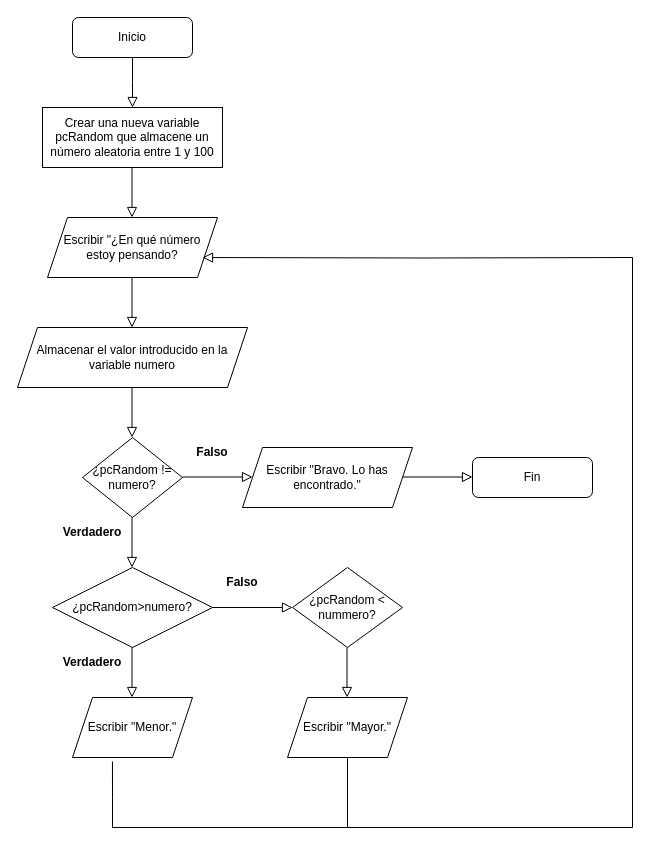
Before: Diagramas de flujo/AdivineEnqueEstoyPensando.drawio in Patriesc/LosBucles, a draw.io diagram. Source tidied: cells renumbered, new cells numbered last; positions are measured from the earlier drawing's top-left corner, leaving out a move shared by most shapes. Both pictures are drawn from the tidied source at 100%, with x=0, y=0 at pixel (17, 17).
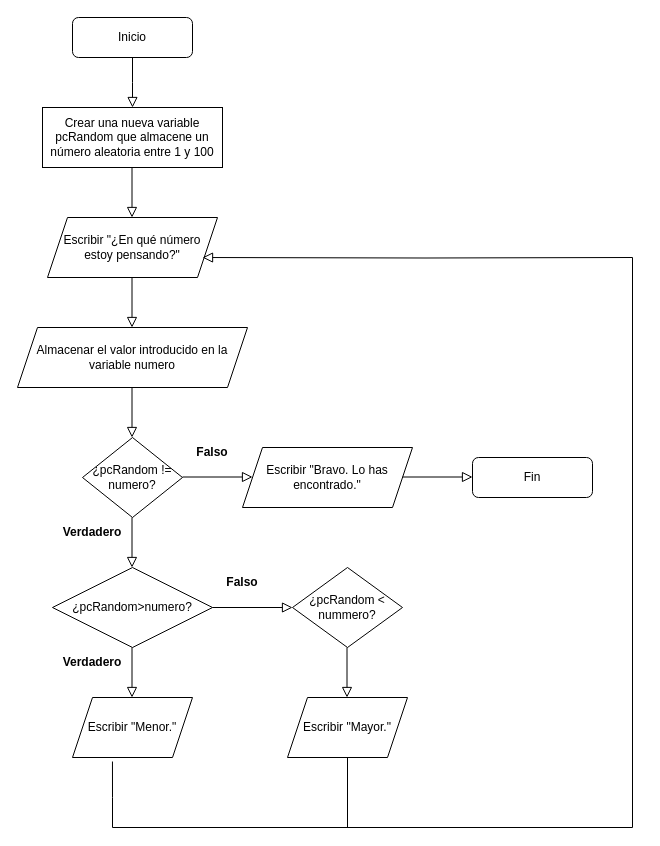
Above is the later version.

Commit message (it also covers changes not shown here):
remplazamiento diagrama ejercicio 4

What changed in the source:
```diff
@@
-    <mxCell id="7" value="Escribir &quot;¿En qué número estoy pensando?" style="shape=parallelogram;perimeter=parallelogramPerimeter;whiteSpace=wrap;html=1;fixedSize=1;" parent="1" vertex="1">
+    <mxCell id="7" value="Escribir &quot;¿En qué número estoy pensando?&quot;" style="shape=parallelogram;perimeter=parallelogramPerimeter;whiteSpace=wrap;html=1;fixedSize=1;" parent="1" vertex="1">
       <mxGeometry x="30" y="200" width="170" height="60" as="geometry" />
     </mxCell>
```
